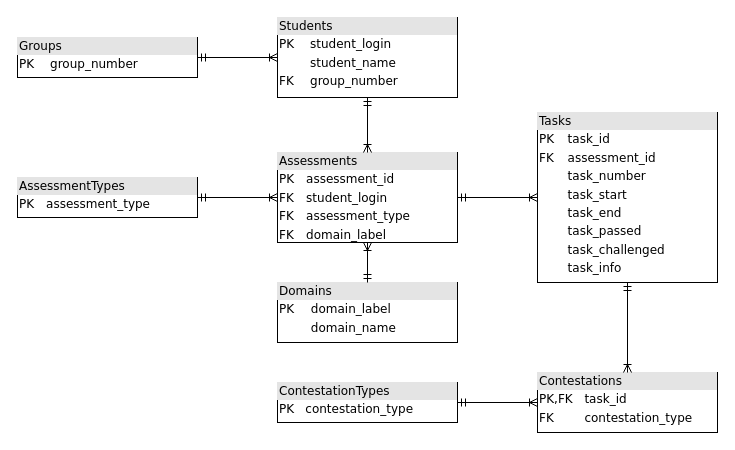
The draw.io diagram docs/diagrams/raw/data_base.drawio in aVorotnikov/ontologer, before the edit. Source tidied: cells renumbered, new cells numbered last; positions are measured from the earlier drawing's top-left corner, leaving out a move shared by most shapes. Both pictures are drawn from the tidied source at 100%, with x=0, y=0 at pixel (17, 17).
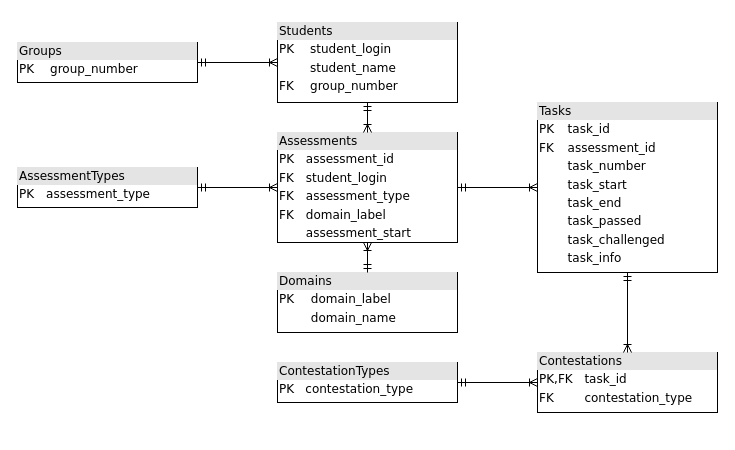
The same diagram, later.

What changed in the source:
```diff
@@
 <mxGraphModel>
   <root>
     <mxCell id="0" />
     <mxCell id="1" parent="0" />
     <mxCell id="2" value="&lt;div style=&quot;box-sizing:border-box;width:100%;background:#e4e4e4;padding:2px;&quot;&gt;Groups&lt;/div&gt;&lt;table style=&quot;width:100%;font-size:1em;&quot; cellpadding=&quot;2&quot; cellspacing=&quot;0&quot;&gt;&lt;tbody&gt;&lt;tr&gt;&lt;td&gt;PK&lt;/td&gt;&lt;td&gt;group_number&lt;/td&gt;&lt;/tr&gt;&lt;/tbody&gt;&lt;/table&gt;" style="verticalAlign=top;align=left;overflow=fill;html=1;rounded=0;shadow=0;comic=0;labelBackgroundColor=none;strokeWidth=1;fontFamily=Verdana;fontSize=12;" parent="1" vertex="1">
-      <mxGeometry y="20" width="180" height="40" as="geometry" />
+      <mxGeometry y="25" width="180" height="40" as="geometry" />
     </mxCell>
     <mxCell id="3" value="&lt;div style=&quot;box-sizing:border-box;width:100%;background:#e4e4e4;padding:2px;&quot;&gt;Students&lt;/div&gt;&lt;table style=&quot;width:100%;font-size:1em;&quot; cellpadding=&quot;2&quot; cellspacing=&quot;0&quot;&gt;&lt;tbody&gt;&lt;tr&gt;&lt;td&gt;PK&lt;/td&gt;&lt;td&gt;student_login&lt;/td&gt;&lt;/tr&gt;&lt;tr&gt;&lt;td&gt;&lt;br&gt;&lt;/td&gt;&lt;td&gt;student_name&lt;/td&gt;&lt;/tr&gt;&lt;tr&gt;&lt;td&gt;FK&lt;/td&gt;&lt;td&gt;group_number&lt;/td&gt;&lt;/tr&gt;&lt;/tbody&gt;&lt;/table&gt;" style="verticalAlign=top;align=left;overflow=fill;html=1;rounded=0;shadow=0;comic=0;labelBackgroundColor=none;strokeWidth=1;fontFamily=Verdana;fontSize=12;" parent="1" vertex="1">
-      <mxGeometry x="260" width="180" height="80" as="geometry" />
+      <mxGeometry x="260" y="5" width="180" height="80" as="geometry" />
     </mxCell>
     <mxCell id="4" style="edgeStyle=orthogonalEdgeStyle;html=1;endArrow=ERoneToMany;startArrow=ERmandOne;labelBackgroundColor=none;fontFamily=Verdana;fontSize=12;align=left;" parent="1" edge="1" source="2" target="3">
       <mxGeometry relative="1" as="geometry" />
     </mxCell>
-    <mxCell id="5" value="&lt;div style=&quot;box-sizing:border-box;width:100%;background:#e4e4e4;padding:2px;&quot;&gt;Assessments&lt;/div&gt;&lt;table style=&quot;width:100%;font-size:1em;&quot; cellpadding=&quot;2&quot; cellspacing=&quot;0&quot;&gt;&lt;tbody&gt;&lt;tr&gt;&lt;td&gt;PK&lt;/td&gt;&lt;td&gt;assessment_id&lt;/td&gt;&lt;/tr&gt;&lt;tr&gt;&lt;td&gt;FK&lt;/td&gt;&lt;td&gt;student_login&lt;/td&gt;&lt;/tr&gt;&lt;tr&gt;&lt;td&gt;FK&lt;/td&gt;&lt;td&gt;assessment_type&lt;/td&gt;&lt;/tr&gt;&lt;tr&gt;&lt;td&gt;FK&lt;/td&gt;&lt;td&gt;domain_label&lt;/td&gt;&lt;/tr&gt;&lt;/tbody&gt;&lt;/table&gt;" style="verticalAlign=top;align=left;overflow=fill;html=1;rounded=0;shadow=0;comic=0;labelBackgroundColor=none;strokeWidth=1;fontFamily=Verdana;fontSize=12;" parent="1" vertex="1">
-      <mxGeometry x="260" y="135" width="180" height="90" as="geometry" />
+    <mxCell id="5" value="&lt;div style=&quot;box-sizing:border-box;width:100%;background:#e4e4e4;padding:2px;&quot;&gt;Assessments&lt;/div&gt;&lt;table style=&quot;width:100%;font-size:1em;&quot; cellpadding=&quot;2&quot; cellspacing=&quot;0&quot;&gt;&lt;tbody&gt;&lt;tr&gt;&lt;td&gt;PK&lt;/td&gt;&lt;td&gt;assessment_id&lt;/td&gt;&lt;/tr&gt;&lt;tr&gt;&lt;td&gt;FK&lt;/td&gt;&lt;td&gt;student_login&lt;/td&gt;&lt;/tr&gt;&lt;tr&gt;&lt;td&gt;FK&lt;/td&gt;&lt;td&gt;assessment_type&lt;/td&gt;&lt;/tr&gt;&lt;tr&gt;&lt;td&gt;FK&lt;/td&gt;&lt;td&gt;domain_label&lt;/td&gt;&lt;/tr&gt;&lt;tr&gt;&lt;td&gt;&lt;br&gt;&lt;/td&gt;&lt;td&gt;assessment_start&lt;/td&gt;&lt;/tr&gt;&lt;/tbody&gt;&lt;/table&gt;" style="verticalAlign=top;align=left;overflow=fill;html=1;rounded=0;shadow=0;comic=0;labelBackgroundColor=none;strokeWidth=1;fontFamily=Verdana;fontSize=12;" parent="1" vertex="1">
+      <mxGeometry x="260" y="115" width="180" height="110" as="geometry" />
     </mxCell>
     <mxCell id="6" style="edgeStyle=orthogonalEdgeStyle;html=1;endArrow=ERoneToMany;startArrow=ERmandOne;labelBackgroundColor=none;fontFamily=Verdana;fontSize=12;align=left;" parent="1" edge="1" source="3" target="5">
       <mxGeometry relative="1" as="geometry" />
     </mxCell>
     <mxCell id="7" value="&lt;div style=&quot;box-sizing:border-box;width:100%;background:#e4e4e4;padding:2px;&quot;&gt;AssessmentTypes&lt;/div&gt;&lt;table style=&quot;width:100%;font-size:1em;&quot; cellpadding=&quot;2&quot; cellspacing=&quot;0&quot;&gt;&lt;tbody&gt;&lt;tr&gt;&lt;td&gt;PK&lt;/td&gt;&lt;td&gt;assessment_type&lt;/td&gt;&lt;/tr&gt;&lt;/tbody&gt;&lt;/table&gt;" style="verticalAlign=top;align=left;overflow=fill;html=1;rounded=0;shadow=0;comic=0;labelBackgroundColor=none;strokeWidth=1;fontFamily=Verdana;fontSize=12;" parent="1" vertex="1">
-      <mxGeometry y="160" width="180" height="40" as="geometry" />
+      <mxGeometry y="150" width="180" height="40" as="geometry" />
     </mxCell>
     <mxCell id="8" style="edgeStyle=orthogonalEdgeStyle;html=1;endArrow=ERoneToMany;startArrow=ERmandOne;labelBackgroundColor=none;fontFamily=Verdana;fontSize=12;align=left;" parent="1" edge="1" source="7" target="5">
       <mxGeometry relative="1" as="geometry" />
     </mxCell>
     <mxCell id="9" value="&lt;div style=&quot;box-sizing:border-box;width:100%;background:#e4e4e4;padding:2px;&quot;&gt;Domains&lt;/div&gt;&lt;table style=&quot;width:100%;font-size:1em;&quot; cellpadding=&quot;2&quot; cellspacing=&quot;0&quot;&gt;&lt;tbody&gt;&lt;tr&gt;&lt;td&gt;PK&lt;/td&gt;&lt;td&gt;domain_label&lt;/td&gt;&lt;/tr&gt;&lt;tr&gt;&lt;td&gt;&lt;br&gt;&lt;/td&gt;&lt;td&gt;domain_name&lt;/td&gt;&lt;/tr&gt;&lt;/tbody&gt;&lt;/table&gt;" style="verticalAlign=top;align=left;overflow=fill;html=1;rounded=0;shadow=0;comic=0;labelBackgroundColor=none;strokeWidth=1;fontFamily=Verdana;fontSize=12;" parent="1" vertex="1">
-      <mxGeometry x="260" y="265" width="180" height="60" as="geometry" />
+      <mxGeometry x="260" y="255" width="180" height="60" as="geometry" />
     </mxCell>
     <mxCell id="10" style="edgeStyle=orthogonalEdgeStyle;html=1;endArrow=ERoneToMany;startArrow=ERmandOne;labelBackgroundColor=none;fontFamily=Verdana;fontSize=12;align=left;" parent="1" edge="1" source="9" target="5">
       <mxGeometry relative="1" as="geometry" />
     </mxCell>
     <mxCell id="11" value="&lt;div style=&quot;box-sizing:border-box;width:100%;background:#e4e4e4;padding:2px;&quot;&gt;Tasks&lt;/div&gt;&lt;table style=&quot;width:100%;font-size:1em;&quot; cellpadding=&quot;2&quot; cellspacing=&quot;0&quot;&gt;&lt;tbody&gt;&lt;tr&gt;&lt;td&gt;PK&lt;/td&gt;&lt;td&gt;task_id&lt;/td&gt;&lt;/tr&gt;&lt;tr&gt;&lt;td&gt;FK&lt;/td&gt;&lt;td&gt;assessment_id&lt;/td&gt;&lt;/tr&gt;&lt;tr&gt;&lt;td&gt;&lt;br&gt;&lt;/td&gt;&lt;td&gt;task_number&lt;/td&gt;&lt;/tr&gt;&lt;tr&gt;&lt;td&gt;&lt;br&gt;&lt;/td&gt;&lt;td&gt;task_start&lt;/td&gt;&lt;/tr&gt;&lt;tr&gt;&lt;td&gt;&lt;br&gt;&lt;/td&gt;&lt;td&gt;task_end&lt;/td&gt;&lt;/tr&gt;&lt;tr&gt;&lt;td&gt;&lt;br&gt;&lt;/td&gt;&lt;td&gt;task_passed&lt;/td&gt;&lt;/tr&gt;&lt;tr&gt;&lt;td&gt;&lt;br&gt;&lt;/td&gt;&lt;td&gt;task_challenged&lt;/td&gt;&lt;/tr&gt;&lt;tr&gt;&lt;td&gt;&lt;br&gt;&lt;/td&gt;&lt;td&gt;task_info&lt;/td&gt;&lt;/tr&gt;&lt;/tbody&gt;&lt;/table&gt;" style="verticalAlign=top;align=left;overflow=fill;html=1;rounded=0;shadow=0;comic=0;labelBackgroundColor=none;strokeWidth=1;fontFamily=Verdana;fontSize=12;" parent="1" vertex="1">
-      <mxGeometry x="520" y="95" width="180" height="170" as="geometry" />
+      <mxGeometry x="520" y="85" width="180" height="170" as="geometry" />
     </mxCell>
     <mxCell id="12" style="edgeStyle=orthogonalEdgeStyle;html=1;endArrow=ERoneToMany;startArrow=ERmandOne;labelBackgroundColor=none;fontFamily=Verdana;fontSize=12;align=left;fontStyle=4;" parent="1" edge="1" source="5" target="11">
       <mxGeometry relative="1" as="geometry" />
     </mxCell>
     <mxCell id="13" value="&lt;div style=&quot;box-sizing:border-box;width:100%;background:#e4e4e4;padding:2px;&quot;&gt;Contestations&lt;/div&gt;&lt;table style=&quot;width:100%;font-size:1em;&quot; cellpadding=&quot;2&quot; cellspacing=&quot;0&quot;&gt;&lt;tbody&gt;&lt;tr&gt;&lt;td&gt;PK,FK&lt;/td&gt;&lt;td&gt;task_id&lt;/td&gt;&lt;/tr&gt;&lt;tr&gt;&lt;td&gt;FK&lt;/td&gt;&lt;td&gt;contestation_type&lt;/td&gt;&lt;/tr&gt;&lt;/tbody&gt;&lt;/table&gt;" style="verticalAlign=top;align=left;overflow=fill;html=1;rounded=0;shadow=0;comic=0;labelBackgroundColor=none;strokeWidth=1;fontFamily=Verdana;fontSize=12;" parent="1" vertex="1">
-      <mxGeometry x="520" y="355" width="180" height="60" as="geometry" />
+      <mxGeometry x="520" y="335" width="180" height="60" as="geometry" />
     </mxCell>
     <mxCell id="14" style="edgeStyle=orthogonalEdgeStyle;html=1;endArrow=ERoneToMany;startArrow=ERmandOne;labelBackgroundColor=none;fontFamily=Verdana;fontSize=12;align=left;fontStyle=4;" parent="1" edge="1" source="11" target="13">
       <mxGeometry relative="1" as="geometry" />
     </mxCell>
     <mxCell id="15" value="&lt;div style=&quot;box-sizing:border-box;width:100%;background:#e4e4e4;padding:2px;&quot;&gt;&lt;span style=&quot;color: light-dark(rgb(0, 0, 0), rgb(255, 255, 255));&quot;&gt;Contestation&lt;/span&gt;Types&lt;/div&gt;&lt;table style=&quot;width:100%;font-size:1em;&quot; cellpadding=&quot;2&quot; cellspacing=&quot;0&quot;&gt;&lt;tbody&gt;&lt;tr&gt;&lt;td&gt;PK&lt;/td&gt;&lt;td&gt;contestation_type&lt;/td&gt;&lt;/tr&gt;&lt;/tbody&gt;&lt;/table&gt;" style="verticalAlign=top;align=left;overflow=fill;html=1;rounded=0;shadow=0;comic=0;labelBackgroundColor=none;strokeWidth=1;fontFamily=Verdana;fontSize=12;" parent="1" vertex="1">
-      <mxGeometry x="260" y="365" width="180" height="40" as="geometry" />
+      <mxGeometry x="260" y="345" width="180" height="40" as="geometry" />
     </mxCell>
     <mxCell id="16" style="edgeStyle=orthogonalEdgeStyle;html=1;endArrow=ERoneToMany;startArrow=ERmandOne;labelBackgroundColor=none;fontFamily=Verdana;fontSize=12;align=left;" parent="1" edge="1" source="15" target="13">
       <mxGeometry relative="1" as="geometry" />
     </mxCell>
   </root>
 </mxGraphModel>
```
